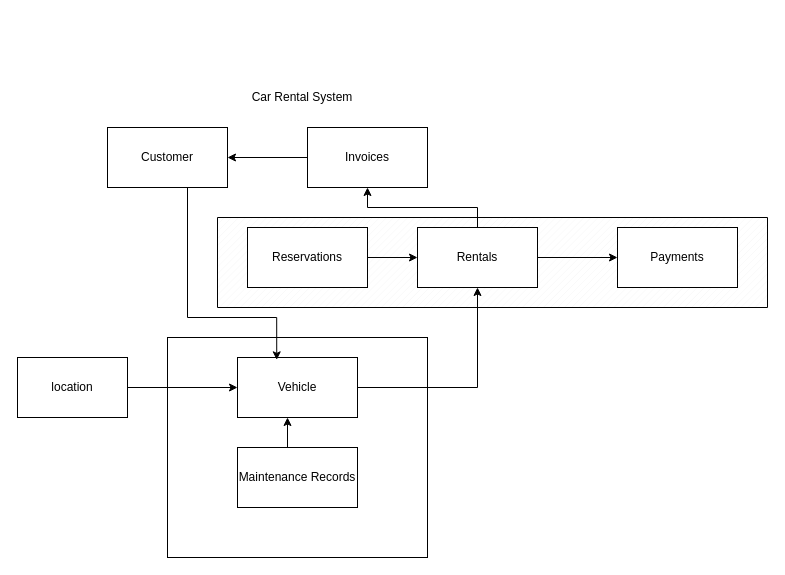
Earlier version of the draw.io diagram Car Rental Aggregates.drawio (Mangesh1206/ArchitectureDiagram). Source tidied: cells renumbered, new cells numbered last; positions are measured from the earlier drawing's top-left corner, leaving out a move shared by most shapes. Both pictures are drawn from the tidied source at 100%, with x=0, y=0 at pixel (17, 77).
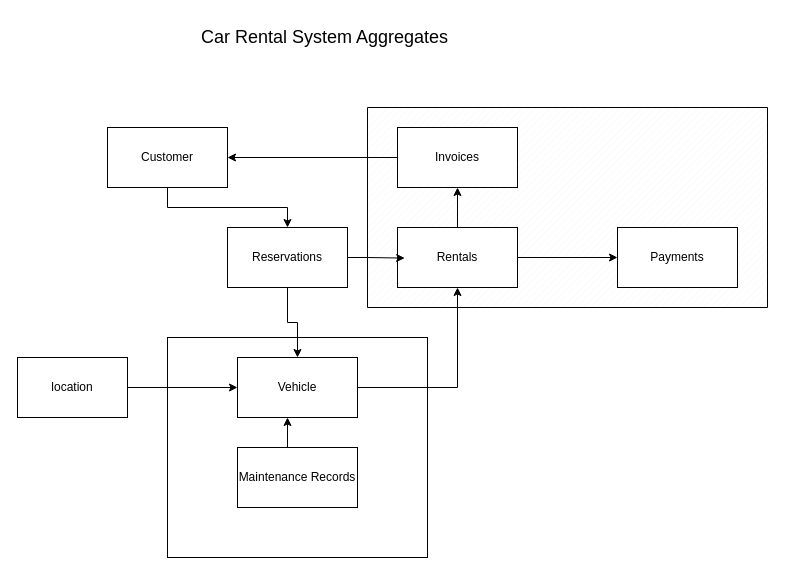
The same diagram, later.

The change refers to these unchanged cells:
```xml
<mxCell id="5" value="Customer" style="rounded=0;whiteSpace=wrap;html=1;" parent="1" vertex="1">
  <mxGeometry x="90" y="50" width="120" height="60" as="geometry" />
</mxCell>
<mxCell id="12" value="Vehicle" style="rounded=0;whiteSpace=wrap;html=1;" parent="1" vertex="1">
  <mxGeometry x="220" y="280" width="120" height="60" as="geometry" />
</mxCell>
```

The edit, as a diff of the source:
```diff
@@
     <mxCell id="2" style="verticalLabelPosition=bottom;verticalAlign=top;html=1;shape=mxgraph.basic.patternFillRect;fillStyle=diag;step=5;fillStrokeWidth=0.2;fillStrokeColor=#dddddd;" parent="1" vertex="1">
-      <mxGeometry x="200" y="140" width="550" height="90" as="geometry" />
+      <mxGeometry x="350" y="30" width="400" height="200" as="geometry" />
     </mxCell>
@@
-    <mxCell id="4" value="Car Rental System" style="text;html=1;align=center;verticalAlign=middle;whiteSpace=wrap;rounded=0;" parent="1" vertex="1">
-      <mxGeometry x="60" width="450" height="40" as="geometry" />
+    <mxCell id="4" value="&lt;font style=&quot;font-size: 18px;&quot;&gt;Car Rental System Aggregates&lt;/font&gt;" style="text;html=1;align=center;verticalAlign=middle;whiteSpace=wrap;rounded=0;" parent="1" vertex="1">
+      <mxGeometry x="45" y="-60" width="525" height="40" as="geometry" />
     </mxCell>
+    <mxCell id="21" style="edgeStyle=orthogonalEdgeStyle;rounded=0;jettySize=auto;html=1;entryX=0.5;entryY=0;entryDx=0;entryDy=0;" parent="1" edge="1" source="5" target="7">
+      <mxGeometry relative="1" as="geometry" />
+    </mxCell>
@@
-    <mxCell id="6" style="edgeStyle=orthogonalEdgeStyle;rounded=0;jettySize=auto;html=1;" parent="1" edge="1" source="7" target="10">
-      <mxGeometry relative="1" as="geometry" />
-    </mxCell>
+    <mxCell id="22" style="edgeStyle=orthogonalEdgeStyle;rounded=0;jettySize=auto;html=1;" parent="1" edge="1" source="7" target="12">
+      <mxGeometry relative="1" as="geometry" />
+    </mxCell>
     <mxCell id="7" value="Reservations" style="rounded=0;whiteSpace=wrap;html=1;" parent="1" vertex="1">
-      <mxGeometry x="230" y="150" width="120" height="60" as="geometry" />
+      <mxGeometry x="210" y="150" width="120" height="60" as="geometry" />
     </mxCell>
@@
     <mxCell id="10" value="Rentals" style="rounded=0;whiteSpace=wrap;html=1;" parent="1" vertex="1">
-      <mxGeometry x="400" y="150" width="120" height="60" as="geometry" />
+      <mxGeometry x="380" y="150" width="120" height="60" as="geometry" />
     </mxCell>
@@
     <mxCell id="17" value="Invoices" style="rounded=0;whiteSpace=wrap;html=1;" parent="1" vertex="1">
-      <mxGeometry x="290" y="50" width="120" height="60" as="geometry" />
+      <mxGeometry x="380" y="50" width="120" height="60" as="geometry" />
     </mxCell>
@@
-    <mxCell id="20" style="edgeStyle=orthogonalEdgeStyle;rounded=0;jettySize=auto;html=1;entryX=0.327;entryY=0.039;entryDx=0;entryDy=0;entryPerimeter=0;" parent="1" edge="1" source="5" target="12">
-      <mxGeometry relative="1" as="geometry">
-        <Array as="points">
-          <mxPoint x="170" y="240" />
-          <mxPoint x="259" y="240" />
-        </Array>
-      </mxGeometry>
-    </mxCell>
+    <mxCell id="23" style="edgeStyle=orthogonalEdgeStyle;rounded=0;jettySize=auto;html=1;entryX=0.093;entryY=0.753;entryDx=0;entryDy=0;entryPerimeter=0;" parent="1" edge="1" source="7" target="2">
+      <mxGeometry relative="1" as="geometry" />
+    </mxCell>
```
